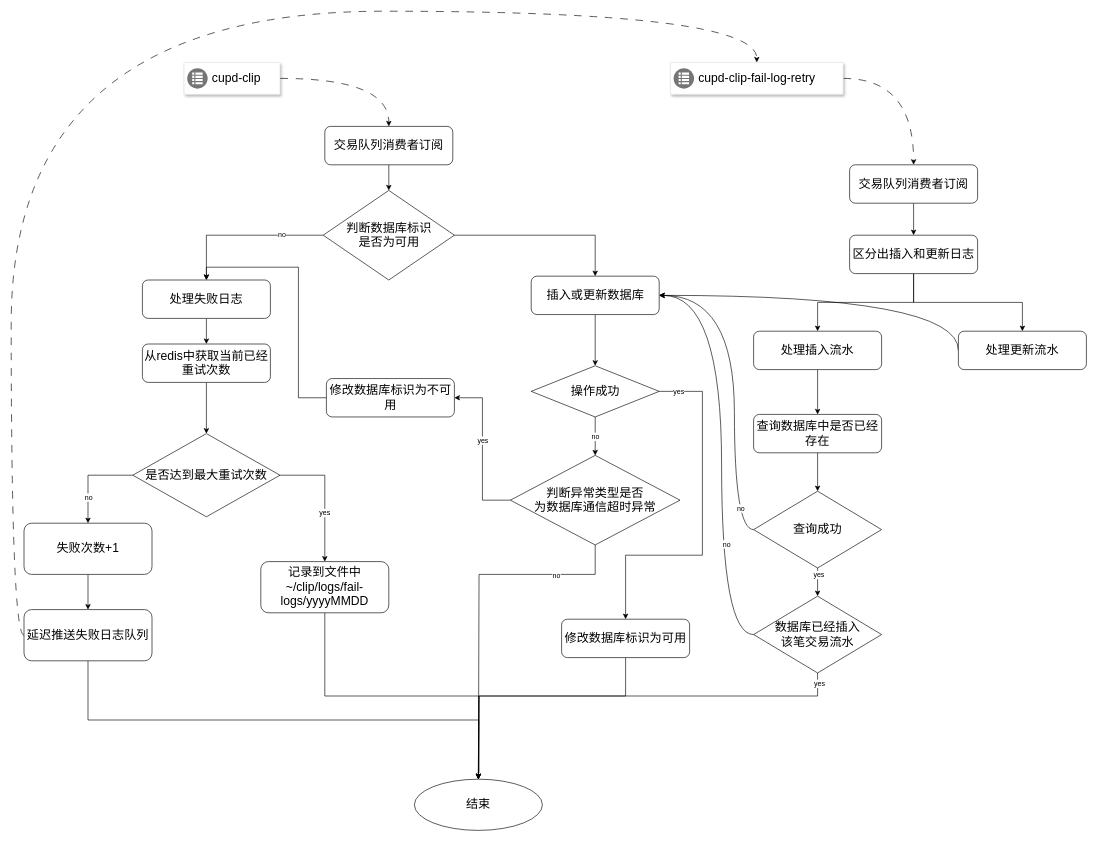
wangmengjian/files keeps this draw.io diagram as 未命名绘图.drawio. Above is the earlier version. Source tidied: cells renumbered, new cells numbered last; positions are measured from the earlier drawing's top-left corner, leaving out a move shared by most shapes. Both pictures are drawn from the tidied source at 64%, with x=0, y=0 at pixel (11, 11).
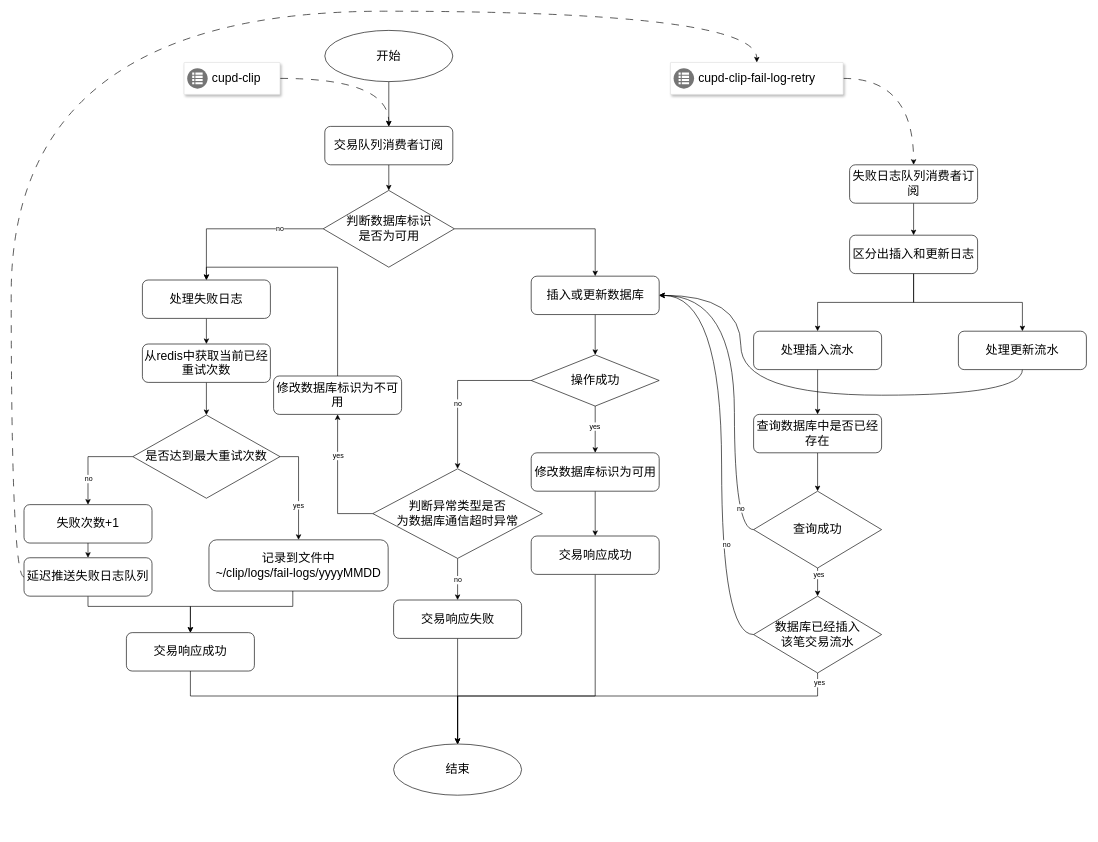
The same page after the edit.

Commit message:
更新未命名绘图.drawio

Unchanged cells that the change refers to:
```xml
<mxCell id="6" style="strokeColor=#dddddd;shadow=1;strokeWidth=1;rounded=1;absoluteArcSize=1;arcSize=2;fontSize=19;" parent="1" vertex="1">
  <mxGeometry x="1030" y="80" width="270" height="50" as="geometry" />
</mxCell>
<mxCell id="9" value="交易队列消费者订阅" style="rounded=1;whiteSpace=wrap;html=1;fontSize=19;" parent="1" vertex="1">
  <mxGeometry x="490" y="180" width="200" height="60" as="geometry" />
</mxCell>
<mxCell id="15" value="插入或更新数据库" style="rounded=1;whiteSpace=wrap;html=1;fontSize=19;" parent="1" vertex="1">
  <mxGeometry x="812.5" y="414" width="200" height="60" as="geometry" />
</mxCell>
<mxCell id="24" value="处理失败日志" style="rounded=1;whiteSpace=wrap;html=1;fontSize=19;" parent="1" vertex="1">
  <mxGeometry x="205" y="420" width="200" height="60" as="geometry" />
</mxCell>
<mxCell id="51" value="处理更新流水" style="rounded=1;whiteSpace=wrap;html=1;fontSize=19;" parent="1" vertex="1">
  <mxGeometry x="1480" y="500" width="200" height="60" as="geometry" />
</mxCell>
<mxCell id="63" value="数据库已经插入&lt;div&gt;该笔交易流水&lt;/div&gt;" style="rhombus;whiteSpace=wrap;html=1;fontSize=19;" parent="1" vertex="1">
  <mxGeometry x="1160" y="914" width="200" height="120" as="geometry" />
</mxCell>
```

Diff of the diagram source:
```diff
@@
     <mxCell id="13" value="判断数据库标识&lt;div&gt;是否为可用&lt;/div&gt;" style="rhombus;whiteSpace=wrap;html=1;fontSize=19;" parent="1" vertex="1">
-      <mxGeometry x="487.5" y="280" width="205" height="140" as="geometry" />
+      <mxGeometry x="487.5" y="280" width="205" height="120" as="geometry" />
     </mxCell>
@@
-    <mxCell id="16" style="edgeStyle=orthogonalEdgeStyle;rounded=0;jettySize=auto;html=1;exitX=0.5;exitY=1;exitDx=0;exitDy=0;entryX=0.5;entryY=0;entryDx=0;entryDy=0;" parent="1" edge="1" source="20" target="36">
+    <mxCell id="16" style="edgeStyle=orthogonalEdgeStyle;rounded=0;jettySize=auto;html=1;exitX=0;exitY=0.5;exitDx=0;exitDy=0;entryX=0.5;entryY=0;entryDx=0;entryDy=0;" parent="1" edge="1" source="20" target="36">
       <mxGeometry relative="1" as="geometry" />
     </mxCell>
@@
-    <mxCell id="18" style="edgeStyle=orthogonalEdgeStyle;rounded=0;jettySize=auto;html=1;exitX=1;exitY=0.5;exitDx=0;exitDy=0;entryX=0.5;entryY=0;entryDx=0;entryDy=0;" parent="1" edge="1" source="20" target="65">
-      <mxGeometry relative="1" as="geometry">
-        <Array as="points">
-          <mxPoint x="1080" y="594" />
-          <mxPoint x="1080" y="850" />
-          <mxPoint x="960" y="850" />
-        </Array>
-      </mxGeometry>
+    <mxCell id="18" style="edgeStyle=orthogonalEdgeStyle;rounded=0;jettySize=auto;html=1;exitX=0.5;exitY=1;exitDx=0;exitDy=0;entryX=0.5;entryY=0;entryDx=0;entryDy=0;" parent="1" edge="1" source="20" target="65">
+      <mxGeometry relative="1" as="geometry" />
     </mxCell>
     <mxCell id="19" value="yes" style="edgeLabel;html=1;align=center;verticalAlign=middle;" parent="18" vertex="1">
-      <mxGeometry x="-0.89" relative="1" as="geometry" />
+      <mxGeometry x="-0.14" y="-1" relative="1" as="geometry" />
     </mxCell>
     <mxCell id="20" value="操作成功" style="rhombus;whiteSpace=wrap;html=1;fontSize=19;" parent="1" vertex="1">
-      <mxGeometry x="812.5" y="554" width="200" height="80" as="geometry" />
+      <mxGeometry x="812.5" y="537" width="200" height="80" as="geometry" />
     </mxCell>
-    <mxCell id="21" style="edgeStyle=orthogonalEdgeStyle;rounded=0;jettySize=auto;html=1;exitX=0;exitY=0.5;exitDx=0;exitDy=0;entryX=0.5;entryY=0;entryDx=0;entryDy=0;" parent="1" edge="1" source="22" target="24">
+    <mxCell id="21" style="edgeStyle=orthogonalEdgeStyle;rounded=0;jettySize=auto;html=1;exitX=0.5;exitY=0;exitDx=0;exitDy=0;entryX=0.5;entryY=0;entryDx=0;entryDy=0;" parent="1" edge="1" source="22" target="24">
       <mxGeometry relative="1" as="geometry" />
     </mxCell>
     <mxCell id="22" value="修改数据库标识为不可用" style="rounded=1;whiteSpace=wrap;html=1;fontSize=19;" parent="1" vertex="1">
-      <mxGeometry x="492.5" y="574" width="200" height="60" as="geometry" />
+      <mxGeometry x="410" y="570" width="200" height="60" as="geometry" />
     </mxCell>
@@
-    <mxCell id="32" style="edgeStyle=orthogonalEdgeStyle;rounded=0;jettySize=auto;html=1;exitX=0;exitY=0.5;exitDx=0;exitDy=0;entryX=1;entryY=0.5;entryDx=0;entryDy=0;" parent="1" edge="1" source="36" target="22">
+    <mxCell id="32" style="edgeStyle=orthogonalEdgeStyle;rounded=0;jettySize=auto;html=1;exitX=0;exitY=0.5;exitDx=0;exitDy=0;entryX=0.5;entryY=1;entryDx=0;entryDy=0;" parent="1" edge="1" source="36" target="22">
       <mxGeometry relative="1" as="geometry" />
     </mxCell>
     <mxCell id="33" value="yes" style="edgeLabel;html=1;align=center;verticalAlign=middle;" parent="32" vertex="1">
-      <mxGeometry x="0.11" relative="1" as="geometry" />
+      <mxGeometry x="0.11" relative="1" as="geometry">
+        <mxPoint y="-29" as="offset" />
+      </mxGeometry>
     </mxCell>
-    <mxCell id="34" style="edgeStyle=orthogonalEdgeStyle;rounded=0;jettySize=auto;html=1;exitX=0.5;exitY=1;exitDx=0;exitDy=0;" parent="1" edge="1" source="36">
-      <mxGeometry relative="1" as="geometry">
-        <mxPoint x="730" y="1200" as="targetPoint" />
-        <Array as="points">
-          <mxPoint x="913" y="880" />
-          <mxPoint x="731" y="880" />
-          <mxPoint x="731" y="1200" />
-        </Array>
-      </mxGeometry>
-    </mxCell>
+    <mxCell id="68" style="edgeStyle=orthogonalEdgeStyle;rounded=0;jettySize=auto;html=1;exitX=0.5;exitY=1;exitDx=0;exitDy=0;entryX=0.5;entryY=0;entryDx=0;entryDy=0;" parent="1" edge="1" source="36" target="75">
+      <mxGeometry relative="1" as="geometry" />
+    </mxCell>
-    <mxCell id="35" value="no" style="edgeLabel;html=1;align=center;verticalAlign=middle;" parent="34" vertex="1">
-      <mxGeometry x="-0.61" y="1" relative="1" as="geometry" />
+    <mxCell id="35" value="no" style="edgeLabel;html=1;align=center;verticalAlign=middle;" parent="68" vertex="1">
+      <mxGeometry x="0.06" relative="1" as="geometry">
+        <mxPoint y="-1" as="offset" />
+      </mxGeometry>
     </mxCell>
     <mxCell id="36" value="判断异常类型是否&lt;div&gt;&lt;span style=&quot;background-color: initial;&quot;&gt;为数据库通信超时异常&lt;/span&gt;&lt;/div&gt;" style="rhombus;whiteSpace=wrap;html=1;fontSize=19;" parent="1" vertex="1">
-      <mxGeometry x="780" y="694" width="265" height="140" as="geometry" />
+      <mxGeometry x="565" y="715" width="265" height="140" as="geometry" />
     </mxCell>
-    <mxCell id="37" style="edgeStyle=orthogonalEdgeStyle;rounded=0;jettySize=auto;html=1;exitX=0.5;exitY=1;exitDx=0;exitDy=0;" parent="1" edge="1" source="38">
-      <mxGeometry relative="1" as="geometry">
-        <mxPoint x="730" y="1200" as="targetPoint" />
-      </mxGeometry>
-    </mxCell>
+    <mxCell id="69" style="edgeStyle=orthogonalEdgeStyle;rounded=0;jettySize=auto;html=1;exitX=0.5;exitY=1;exitDx=0;exitDy=0;entryX=0.5;entryY=0;entryDx=0;entryDy=0;" parent="1" edge="1" target="77">
+      <mxGeometry relative="1" as="geometry">
+        <mxPoint x="440" y="895" as="sourcePoint" />
+        <Array as="points">
+          <mxPoint x="440" y="930" />
+          <mxPoint x="280" y="930" />
+        </Array>
+      </mxGeometry>
+    </mxCell>
-    <mxCell id="38" value="记录到文件中~/clip/logs/fail-logs/yyyyMMDD" style="rounded=1;whiteSpace=wrap;html=1;fontSize=19;" parent="1" vertex="1">
-      <mxGeometry x="390" y="860" width="200" height="80" as="geometry" />
+    <mxCell id="38" value="记录到文件中&lt;div&gt;~/clip/logs/fail-logs/yyyyMMDD&lt;/div&gt;" style="rounded=1;whiteSpace=wrap;html=1;fontSize=19;" parent="1" vertex="1">
+      <mxGeometry x="309" y="826" width="280" height="80" as="geometry" />
     </mxCell>
-    <mxCell id="39" style="edgeStyle=orthogonalEdgeStyle;rounded=0;jettySize=auto;html=1;exitX=0.5;exitY=1;exitDx=0;exitDy=0;" parent="1" edge="1" source="41">
-      <mxGeometry relative="1" as="geometry">
-        <mxPoint x="730" y="1200" as="targetPoint" />
-      </mxGeometry>
-    </mxCell>
     <mxCell id="40" style="edgeStyle=orthogonalEdgeStyle;rounded=0;jettySize=auto;html=1;exitX=0;exitY=0.5;exitDx=0;exitDy=0;entryX=0.5;entryY=0;entryDx=0;entryDy=0;curved=1;dashed=1;dashPattern=12 12;" parent="1" edge="1" source="41" target="6">
       <mxGeometry relative="1" as="geometry">
         <Array as="points">
-          <mxPoint y="975" />
+          <mxPoint y="884" />
           <mxPoint />
           <mxPoint x="1165" />
         </Array>
       </mxGeometry>
     </mxCell>
+    <mxCell id="70" style="edgeStyle=orthogonalEdgeStyle;rounded=0;jettySize=auto;html=1;exitX=0.5;exitY=1;exitDx=0;exitDy=0;entryX=0.5;entryY=0;entryDx=0;entryDy=0;" parent="1" edge="1" source="41" target="77">
+      <mxGeometry relative="1" as="geometry">
+        <Array as="points">
+          <mxPoint x="120" y="930" />
+          <mxPoint x="280" y="930" />
+        </Array>
+      </mxGeometry>
+    </mxCell>
     <mxCell id="41" value="延迟推送失败日志队列" style="rounded=1;whiteSpace=wrap;html=1;fontSize=19;" parent="1" vertex="1">
-      <mxGeometry x="20" y="935" width="200" height="80" as="geometry" />
+      <mxGeometry x="20" y="854" width="200" height="60" as="geometry" />
     </mxCell>
     <mxCell id="42" value="结束" style="ellipse;whiteSpace=wrap;html=1;fontSize=19;" parent="1" vertex="1">
-      <mxGeometry x="630" y="1200" width="200" height="80" as="geometry" />
+      <mxGeometry x="597.5" y="1145" width="200" height="80" as="geometry" />
     </mxCell>
@@
-    <mxCell id="44" value="交易队列消费者订阅" style="rounded=1;whiteSpace=wrap;html=1;fontSize=19;" parent="1" vertex="1">
+    <mxCell id="44" value="失败日志队列消费者订阅" style="rounded=1;whiteSpace=wrap;html=1;fontSize=19;" parent="1" vertex="1">
       <mxGeometry x="1310" y="240" width="200" height="60" as="geometry" />
     </mxCell>
@@
-    <mxCell id="50" style="edgeStyle=orthogonalEdgeStyle;rounded=0;jettySize=auto;html=1;exitX=0;exitY=0.5;exitDx=0;exitDy=0;entryX=1;entryY=0.5;entryDx=0;entryDy=0;curved=1;" parent="1" edge="1" source="51" target="15">
+    <mxCell id="50" style="edgeStyle=orthogonalEdgeStyle;rounded=0;jettySize=auto;html=1;exitX=0.5;exitY=1;exitDx=0;exitDy=0;entryX=1;entryY=0.5;entryDx=0;entryDy=0;curved=1;" parent="1" edge="1" source="51" target="15">
       <mxGeometry relative="1" as="geometry">
         <Array as="points">
-          <mxPoint x="1480" y="444" />
+          <mxPoint x="1580" y="600" />
+          <mxPoint x="1140" y="600" />
+          <mxPoint x="1140" y="444" />
         </Array>
       </mxGeometry>
     </mxCell>
@@
     <mxCell id="58" value="是否达到最大重试次数" style="rhombus;whiteSpace=wrap;html=1;fontSize=19;" parent="1" vertex="1">
-      <mxGeometry x="190" y="660" width="230" height="130" as="geometry" />
+      <mxGeometry x="190" y="631" width="230" height="130" as="geometry" />
     </mxCell>
     <mxCell id="59" style="edgeStyle=orthogonalEdgeStyle;rounded=0;jettySize=auto;html=1;exitX=0.5;exitY=1;exitDx=0;exitDy=0;entryX=0.5;entryY=0;entryDx=0;entryDy=0;" parent="1" edge="1" source="63" target="42">
       <mxGeometry relative="1" as="geometry">
         <Array as="points">
           <mxPoint x="1260" y="1070" />
-          <mxPoint x="731" y="1070" />
-          <mxPoint x="731" y="1190" />
+          <mxPoint x="698" y="1070" />
         </Array>
       </mxGeometry>
     </mxCell>
@@
-    <mxCell id="64" style="edgeStyle=orthogonalEdgeStyle;rounded=0;jettySize=auto;html=1;exitX=0.5;exitY=1;exitDx=0;exitDy=0;" parent="1" edge="1" source="65">
-      <mxGeometry relative="1" as="geometry">
-        <mxPoint x="730" y="1200" as="targetPoint" />
-        <Array as="points">
-          <mxPoint x="960" y="1070" />
-          <mxPoint x="731" y="1070" />
-          <mxPoint x="731" y="1200" />
-        </Array>
-      </mxGeometry>
-    </mxCell>
+    <mxCell id="71" style="edgeStyle=orthogonalEdgeStyle;rounded=0;jettySize=auto;html=1;exitX=0.5;exitY=1;exitDx=0;exitDy=0;entryX=0.5;entryY=0;entryDx=0;entryDy=0;" parent="1" edge="1" source="65" target="73">
+      <mxGeometry relative="1" as="geometry" />
+    </mxCell>
     <mxCell id="65" value="修改数据库标识为可用" style="rounded=1;whiteSpace=wrap;html=1;fontSize=19;" parent="1" vertex="1">
-      <mxGeometry x="860" y="950" width="200" height="60" as="geometry" />
+      <mxGeometry x="812.5" y="690" width="200" height="60" as="geometry" />
     </mxCell>
@@
     <mxCell id="67" value="失败次数+1" style="rounded=1;whiteSpace=wrap;html=1;fontSize=19;" parent="1" vertex="1">
-      <mxGeometry x="20" y="800" width="200" height="80" as="geometry" />
+      <mxGeometry x="20" y="771" width="200" height="60" as="geometry" />
     </mxCell>
+    <mxCell id="72" style="edgeStyle=orthogonalEdgeStyle;rounded=0;jettySize=auto;html=1;exitX=0.5;exitY=1;exitDx=0;exitDy=0;entryX=0.5;entryY=0;entryDx=0;entryDy=0;" parent="1" edge="1" source="73" target="42">
+      <mxGeometry relative="1" as="geometry">
+        <Array as="points">
+          <mxPoint x="913" y="1070" />
+          <mxPoint x="698" y="1070" />
+        </Array>
+      </mxGeometry>
+    </mxCell>
+    <mxCell id="73" value="交易响应成功" style="rounded=1;whiteSpace=wrap;html=1;fontSize=19;" parent="1" vertex="1">
+      <mxGeometry x="812.5" y="820" width="200" height="60" as="geometry" />
+    </mxCell>
+    <mxCell id="74" style="edgeStyle=orthogonalEdgeStyle;rounded=0;jettySize=auto;html=1;exitX=0.5;exitY=1;exitDx=0;exitDy=0;entryX=0.5;entryY=0;entryDx=0;entryDy=0;" parent="1" edge="1" source="75" target="42">
+      <mxGeometry relative="1" as="geometry" />
+    </mxCell>
+    <mxCell id="75" value="交易响应失败" style="rounded=1;whiteSpace=wrap;html=1;fontSize=19;" parent="1" vertex="1">
+      <mxGeometry x="597.5" y="920" width="200" height="60" as="geometry" />
+    </mxCell>
+    <mxCell id="76" style="edgeStyle=orthogonalEdgeStyle;rounded=0;jettySize=auto;html=1;exitX=0.5;exitY=1;exitDx=0;exitDy=0;entryX=0.5;entryY=0;entryDx=0;entryDy=0;" parent="1" edge="1" source="77" target="42">
+      <mxGeometry relative="1" as="geometry">
+        <Array as="points">
+          <mxPoint x="280" y="1070" />
+          <mxPoint x="698" y="1070" />
+        </Array>
+      </mxGeometry>
+    </mxCell>
+    <mxCell id="77" value="交易响应成功" style="rounded=1;whiteSpace=wrap;html=1;fontSize=19;" parent="1" vertex="1">
+      <mxGeometry x="180" y="971" width="200" height="60" as="geometry" />
+    </mxCell>
+    <mxCell id="78" style="edgeStyle=orthogonalEdgeStyle;rounded=0;jettySize=auto;html=1;exitX=0.5;exitY=1;exitDx=0;exitDy=0;entryX=0.5;entryY=0;entryDx=0;entryDy=0;" parent="1" edge="1" source="79" target="9">
+      <mxGeometry relative="1" as="geometry" />
+    </mxCell>
+    <mxCell id="79" value="开始" style="ellipse;whiteSpace=wrap;html=1;fontSize=19;" parent="1" vertex="1">
+      <mxGeometry x="490" y="30" width="200" height="80" as="geometry" />
+    </mxCell>
```
